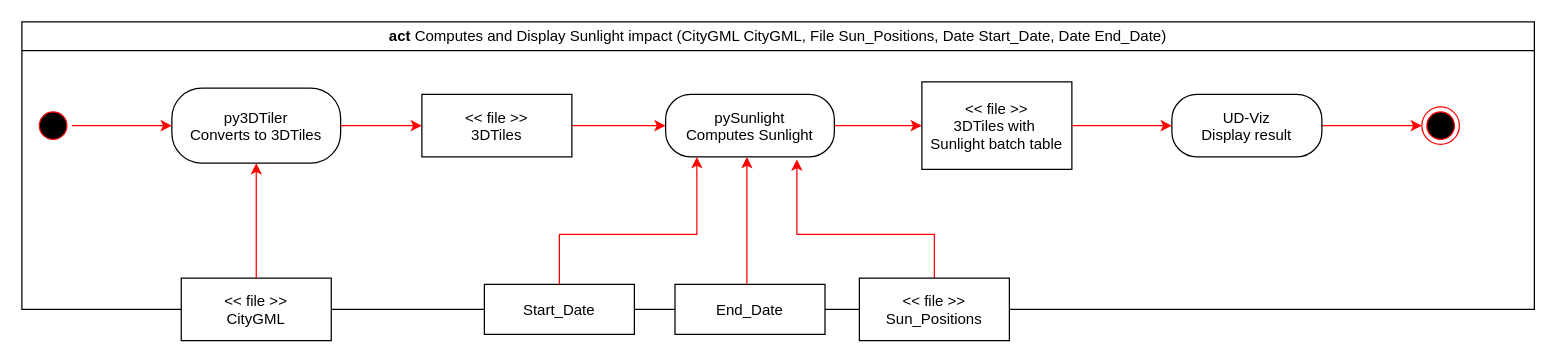
Earlier version of the draw.io diagram page "Milestone 3" (4 of 4) of docs/Pipeline_Activity_Chart.drawio (VCityTeam/pySunlight). Source tidied: cells renumbered, new cells numbered last; positions are measured from the earlier drawing's top-left corner, leaving out a move shared by most shapes. Both pictures are drawn from the tidied source at 125%, with x=0, y=0 at pixel (21, 21).
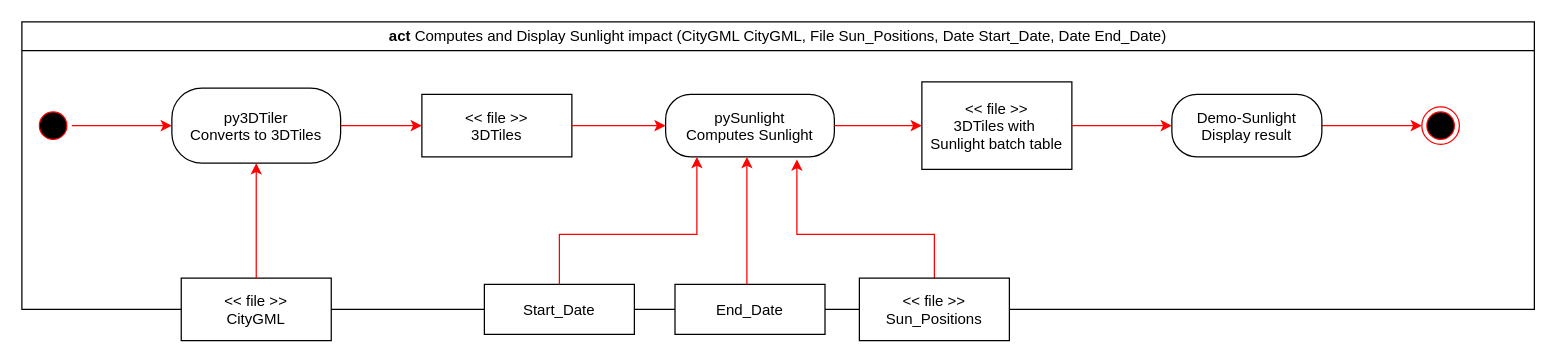
The same page after the edit.

Commit message (it also covers changes not shown here):
Update pipeline with UD-Viz replace by Demo-Sunlight

The change refers to these unchanged cells:
```xml
<mxCell id="3" value="act&lt;span style=&quot;font-weight: normal;&quot;&gt; Computes and Display Sunlight impact (CityGML CityGML, File Sun_Positions, Date Start_Date, Date End_Date)&lt;/span&gt;" style="swimlane;whiteSpace=wrap;html=1;" parent="1" vertex="1">
  <mxGeometry width="1210" height="230" as="geometry" />
</mxCell>
```

What changed in the source:
```diff
@@
-    <mxCell id="13" value="UD-Viz&#10;Display result" style="rounded=1;arcSize=40;" parent="3" vertex="1">
+    <mxCell id="13" value="Demo-Sunlight&#10;Display result" style="rounded=1;arcSize=40;" parent="3" vertex="1">
       <mxGeometry x="920" y="58" width="120" height="50" as="geometry" />
     </mxCell>
```
